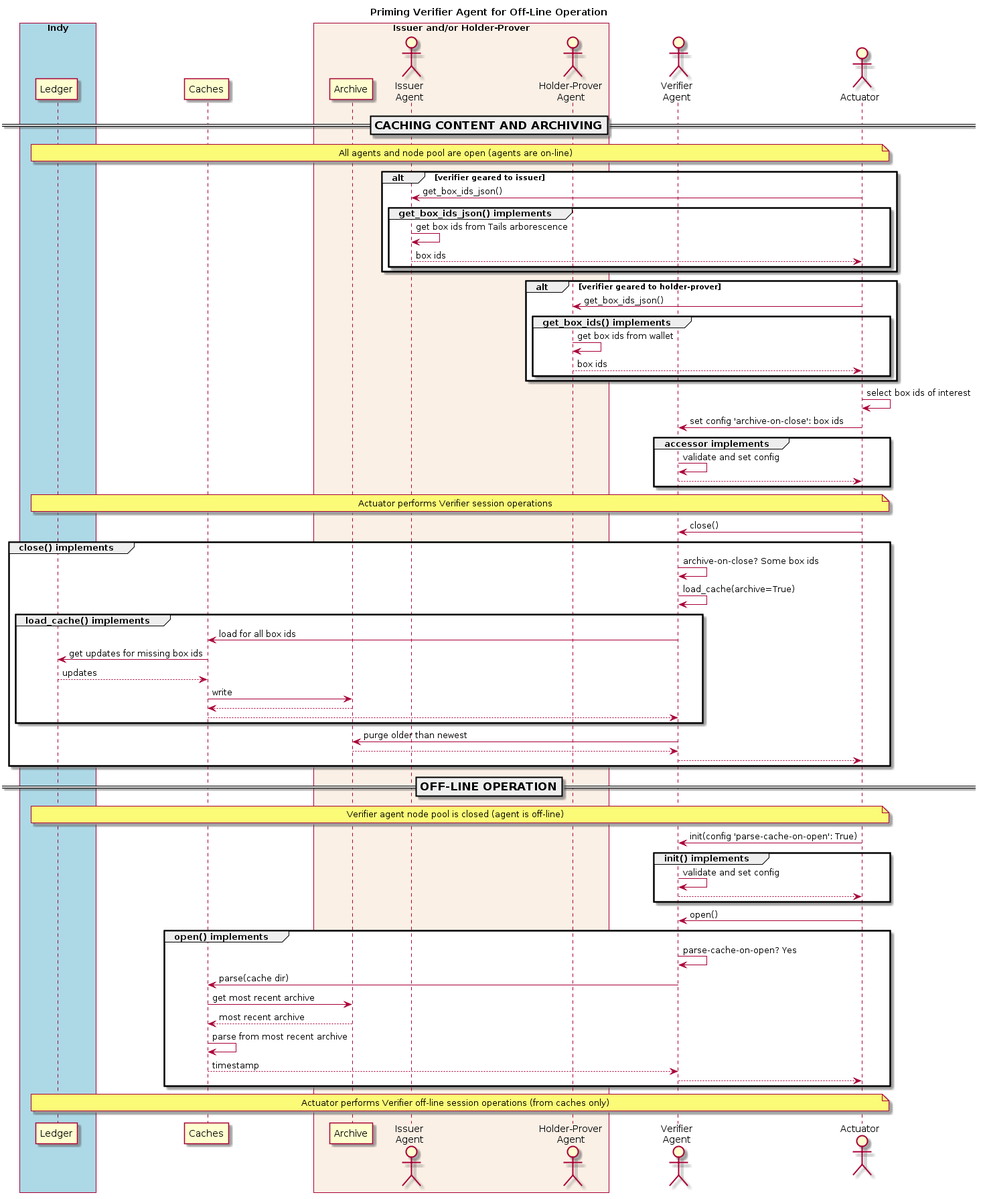
Earlier version of the PlantUML export doc/pic/offline.verifier.png (PSPC-SPAC-buyandsell/von_base). The source it was exported from:
```plantuml
@startuml

skinparam ParticipantPadding 20
skinparam BoxPadding 20

title Priming Verifier Agent for Off-Line Operation

box "Indy" #LightBlue
    participant "Ledger" as ledger
endbox

participant "Caches" as caches
box "Issuer and/or Holder-Prover" #Linen
    participant "Archive" as archive
    actor "Issuer\nAgent" as iag
    actor "Holder-Prover\nAgent" as hpag
endbox
    actor "Verifier\nAgent" as vag

actor "Actuator" as ator

=== CACHING CONTENT AND ARCHIVING ==
note over ledger, ator
    All agents and node pool are open (agents are on-line)
endnote

alt verifier geared to issuer
    ator -> iag: get_box_ids_json()
    group get_box_ids_json() implements
        iag -> iag: get box ids from Tails arborescence
        iag --> ator: box ids
    end
end
alt verifier geared to holder-prover
    ator -> hpag: get_box_ids_json()
    group get_box_ids() implements
        hpag -> hpag: get box ids from wallet
        hpag --> ator: box ids
    end
end

ator -> ator: select box ids of interest
ator -> vag: set config 'archive-on-close': box ids
group accessor implements
    vag -> vag: validate and set config
    vag --> ator:
end

note over ledger, ator
    Actuator performs Verifier session operations
endnote

ator -> vag: close()
group close() implements
    vag -> vag: archive-on-close? Some box ids
    vag -> vag: load_cache(archive=True)
    group load_cache() implements
        vag -> caches: load for all box ids
        caches -> ledger: get updates for missing box ids
        ledger --> caches: updates
        caches -> archive: write
        archive --> caches:
        caches --> vag:
    end
    vag -> archive: purge older than newest
    archive --> vag:
    vag --> ator:
end

=== OFF-LINE OPERATION ==
note over ledger, ator
    Verifier agent node pool is closed (agent is off-line)
endnote

ator -> vag: init(config 'parse-cache-on-open': True)
group init() implements
    vag -> vag: validate and set config
    vag --> ator:
end
ator -> vag: open()
group open() implements
    vag -> vag: parse-cache-on-open? Yes
    vag -> caches: parse(cache dir)
    caches -> archive: get most recent archive
    archive --> caches: most recent archive
    caches -> caches: parse from most recent archive
    caches --> vag: timestamp
    vag --> ator:
end

note over ledger, ator
    Actuator performs Verifier off-line session operations (from caches only)
endnote
@enduml
```
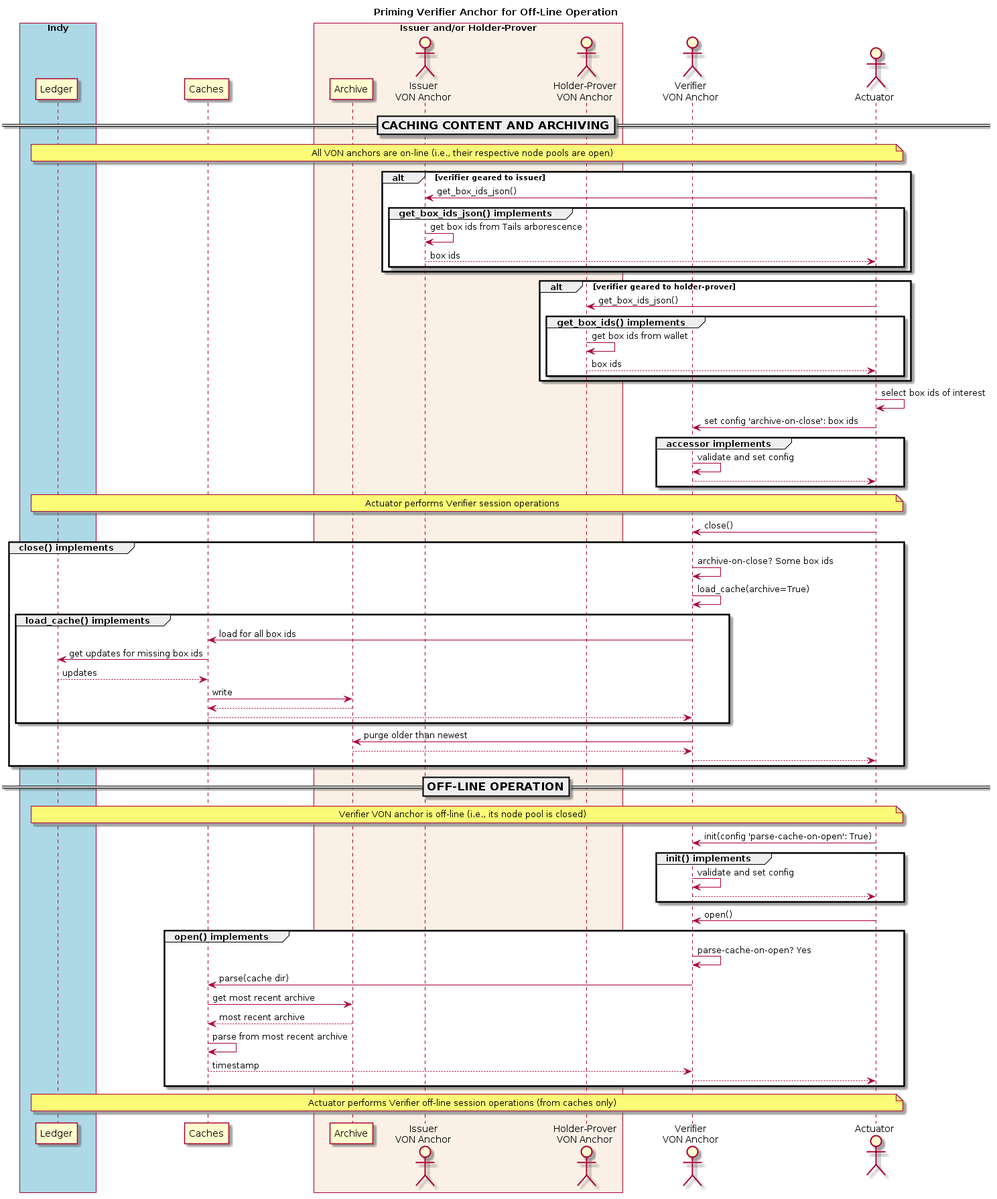
After the change.

What changed in the source:
```diff
@@ -3,7 +3,7 @@
 skinparam ParticipantPadding 20
 skinparam BoxPadding 20
 
-title Priming Verifier Agent for Off-Line Operation
+title Priming Verifier Anchor for Off-Line Operation
 
 box "Indy" #LightBlue
     participant "Ledger" as ledger
@@ -12,80 +12,80 @@
 participant "Caches" as caches
 box "Issuer and/or Holder-Prover" #Linen
     participant "Archive" as archive
-    actor "Issuer\nAgent" as iag
-    actor "Holder-Prover\nAgent" as hpag
+    actor "Issuer\nVON Anchor" as ian
+    actor "Holder-Prover\nVON Anchor" as hpan
 endbox
-    actor "Verifier\nAgent" as vag
+    actor "Verifier\nVON Anchor" as van
 
 actor "Actuator" as ator
 
 === CACHING CONTENT AND ARCHIVING ==
 note over ledger, ator
-    All agents and node pool are open (agents are on-line)
+    All VON anchors are on-line (i.e., their respective node pools are open)
 endnote
 
 alt verifier geared to issuer
-    ator -> iag: get_box_ids_json()
+    ator -> ian: get_box_ids_json()
     group get_box_ids_json() implements
-        iag -> iag: get box ids from Tails arborescence
-        iag --> ator: box ids
+        ian -> ian: get box ids from Tails arborescence
+        ian --> ator: box ids
     end
 end
 alt verifier geared to holder-prover
-    ator -> hpag: get_box_ids_json()
+    ator -> hpan: get_box_ids_json()
     group get_box_ids() implements
-        hpag -> hpag: get box ids from wallet
-        hpag --> ator: box ids
+        hpan -> hpan: get box ids from wallet
+        hpan --> ator: box ids
     end
 end
 
 ator -> ator: select box ids of interest
-ator -> vag: set config 'archive-on-close': box ids
+ator -> van: set config 'archive-on-close': box ids
 group accessor implements
-    vag -> vag: validate and set config
-    vag --> ator:
+    van -> van: validate and set config
+    van --> ator:
 end
 
 note over ledger, ator
     Actuator performs Verifier session operations
 endnote
 
-ator -> vag: close()
+ator -> van: close()
 group close() implements
-    vag -> vag: archive-on-close? Some box ids
-    vag -> vag: load_cache(archive=True)
+    van -> van: archive-on-close? Some box ids
+    van -> van: load_cache(archive=True)
     group load_cache() implements
-        vag -> caches: load for all box ids
+        van -> caches: load for all box ids
         caches -> ledger: get updates for missing box ids
         ledger --> caches: updates
         caches -> archive: write
         archive --> caches:
-        caches --> vag:
+        caches --> van:
     end
-    vag -> archive: purge older than newest
-    archive --> vag:
-    vag --> ator:
+    van -> archive: purge older than newest
+    archive --> van:
+    van --> ator:
 end
 
 === OFF-LINE OPERATION ==
 note over ledger, ator
-    Verifier agent node pool is closed (agent is off-line)
+    Verifier VON anchor is off-line (i.e., its node pool is closed)
 endnote
 
-ator -> vag: init(config 'parse-cache-on-open': True)
+ator -> van: init(config 'parse-cache-on-open': True)
 group init() implements
-    vag -> vag: validate and set config
-    vag --> ator:
+    van -> van: validate and set config
+    van --> ator:
 end
-ator -> vag: open()
+ator -> van: open()
 group open() implements
-    vag -> vag: parse-cache-on-open? Yes
-    vag -> caches: parse(cache dir)
+    van -> van: parse-cache-on-open? Yes
+    van -> caches: parse(cache dir)
     caches -> archive: get most recent archive
     archive --> caches: most recent archive
     caches -> caches: parse from most recent archive
-    caches --> vag: timestamp
-    vag --> ator:
+    caches --> van: timestamp
+    van --> ator:
 end
 
 note over ledger, ator
```
